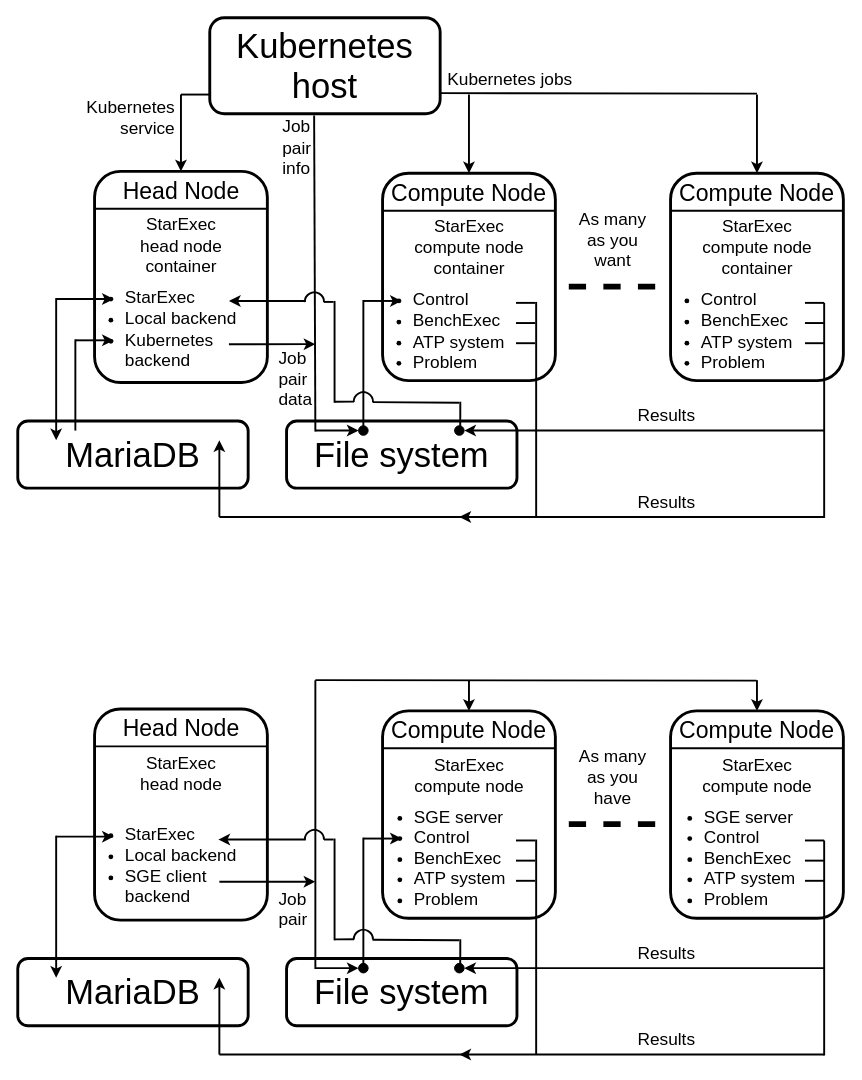
This is Architecture.drawio from GeoffsPapers/StarExecAWS, a draw.io file, before an edit. Source tidied: cells renumbered, new cells numbered last; positions are measured from the earlier drawing's top-left corner, leaving out a move shared by most shapes. Both pictures are drawn from the tidied source at 96%, with x=0, y=0 at pixel (17, 17).
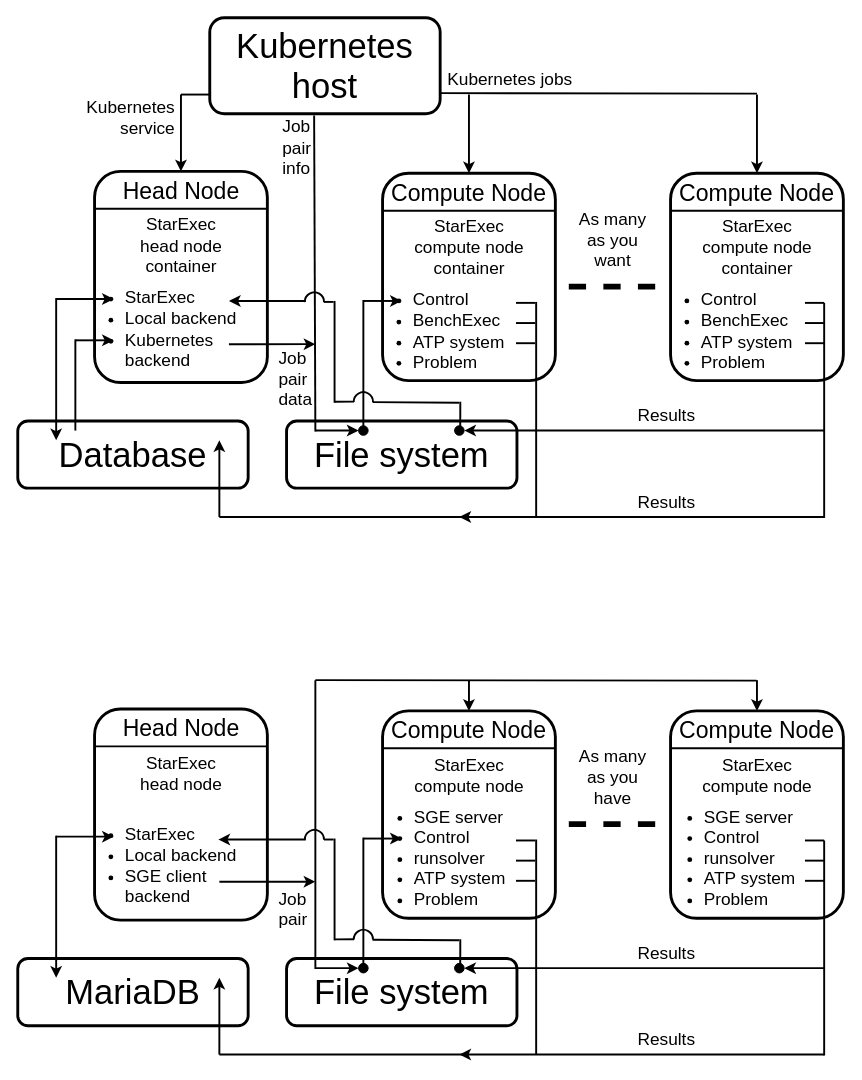
After the change.

Unchanged cells that the change refers to:
```xml
<mxCell id="2" style="group;" parent="1" vertex="1">
  <mxGeometry y="410" width="240" height="90" as="geometry" />
</mxCell>
<mxCell id="85" style="group;fillColor=none;" parent="1" vertex="1">
  <mxGeometry x="370" y="722" width="190" height="216" as="geometry" />
</mxCell>
<mxCell id="94" style="group;" parent="1" vertex="1">
  <mxGeometry x="670" y="722" width="190" height="216" as="geometry" />
</mxCell>
```

What changed in the source:
```diff
@@
-    <mxCell id="4" value="&lt;p style=&quot;margin: 0px; font-variant-numeric: normal; font-variant-east-asian: normal; font-variant-alternates: normal; font-kerning: auto; font-optical-sizing: auto; font-feature-settings: normal; font-variation-settings: normal; font-variant-position: normal; font-stretch: normal; font-size: 36px; line-height: normal; text-align: start;&quot; class=&quot;p1&quot;&gt;MariaDB&lt;/p&gt;" style="text;strokeColor=none;align=center;fillColor=none;html=1;verticalAlign=middle;whiteSpace=wrap;rounded=0;" parent="2" vertex="1">
+    <mxCell id="4" value="&lt;p style=&quot;margin: 0px; font-variant-numeric: normal; font-variant-east-asian: normal; font-variant-alternates: normal; font-kerning: auto; font-optical-sizing: auto; font-feature-settings: normal; font-variation-settings: normal; font-variant-position: normal; font-stretch: normal; font-size: 36px; line-height: normal; text-align: start;&quot; class=&quot;p1&quot;&gt;Database&lt;/p&gt;" style="text;strokeColor=none;align=center;fillColor=none;html=1;verticalAlign=middle;whiteSpace=wrap;rounded=0;" parent="2" vertex="1">
       <mxGeometry x="5" width="230" height="90" as="geometry" />
     </mxCell>
@@
-    <mxCell id="89" value="&lt;ul style=&quot;font-size: 18px;&quot;&gt;&lt;li&gt;&lt;font style=&quot;font-size: 18px;&quot;&gt;SGE server&lt;/font&gt;&lt;/li&gt;&lt;li&gt;&lt;font style=&quot;font-size: 18px;&quot;&gt;Control&lt;/font&gt;&lt;/li&gt;&lt;li&gt;BenchExec&lt;/li&gt;&lt;li&gt;&lt;font style=&quot;font-size: 18px;&quot;&gt;ATP system&lt;/font&gt;&lt;/li&gt;&lt;li&gt;&lt;font style=&quot;font-size: 18px;&quot;&gt;Problem&lt;/font&gt;&lt;/li&gt;&lt;/ul&gt;" style="text;strokeColor=none;align=left;fillColor=none;html=1;verticalAlign=middle;whiteSpace=wrap;rounded=0;" parent="85" vertex="1">
+    <mxCell id="89" value="&lt;ul style=&quot;font-size: 18px;&quot;&gt;&lt;li&gt;&lt;font style=&quot;font-size: 18px;&quot;&gt;SGE server&lt;/font&gt;&lt;/li&gt;&lt;li&gt;&lt;font style=&quot;font-size: 18px;&quot;&gt;Control&lt;/font&gt;&lt;/li&gt;&lt;li&gt;runsolver&lt;/li&gt;&lt;li&gt;&lt;font style=&quot;font-size: 18px;&quot;&gt;ATP system&lt;/font&gt;&lt;/li&gt;&lt;li&gt;&lt;font style=&quot;font-size: 18px;&quot;&gt;Problem&lt;/font&gt;&lt;/li&gt;&lt;/ul&gt;" style="text;strokeColor=none;align=left;fillColor=none;html=1;verticalAlign=middle;whiteSpace=wrap;rounded=0;" parent="85" vertex="1">
       <mxGeometry x="1" y="109" width="165" height="90" as="geometry" />
     </mxCell>
@@
-    <mxCell id="101" value="&lt;ul style=&quot;font-size: 18px;&quot;&gt;&lt;li&gt;&lt;font style=&quot;font-size: 18px;&quot;&gt;SGE server&lt;/font&gt;&lt;/li&gt;&lt;li&gt;&lt;font style=&quot;font-size: 18px;&quot;&gt;Control&lt;/font&gt;&lt;/li&gt;&lt;li&gt;BenchExec&lt;/li&gt;&lt;li&gt;&lt;font style=&quot;font-size: 18px;&quot;&gt;ATP system&lt;/font&gt;&lt;/li&gt;&lt;li&gt;&lt;font style=&quot;font-size: 18px;&quot;&gt;Problem&lt;/font&gt;&lt;/li&gt;&lt;/ul&gt;" style="text;strokeColor=none;align=left;fillColor=none;html=1;verticalAlign=middle;whiteSpace=wrap;rounded=0;" parent="94" vertex="1">
+    <mxCell id="101" value="&lt;ul style=&quot;font-size: 18px;&quot;&gt;&lt;li&gt;&lt;font style=&quot;font-size: 18px;&quot;&gt;SGE server&lt;/font&gt;&lt;/li&gt;&lt;li&gt;&lt;font style=&quot;font-size: 18px;&quot;&gt;Control&lt;/font&gt;&lt;/li&gt;&lt;li&gt;runsolver&lt;/li&gt;&lt;li&gt;&lt;font style=&quot;font-size: 18px;&quot;&gt;ATP system&lt;/font&gt;&lt;/li&gt;&lt;li&gt;&lt;font style=&quot;font-size: 18px;&quot;&gt;Problem&lt;/font&gt;&lt;/li&gt;&lt;/ul&gt;" style="text;strokeColor=none;align=left;fillColor=none;html=1;verticalAlign=middle;whiteSpace=wrap;rounded=0;" parent="94" vertex="1">
       <mxGeometry x="3" y="109" width="165" height="90" as="geometry" />
     </mxCell>
```
